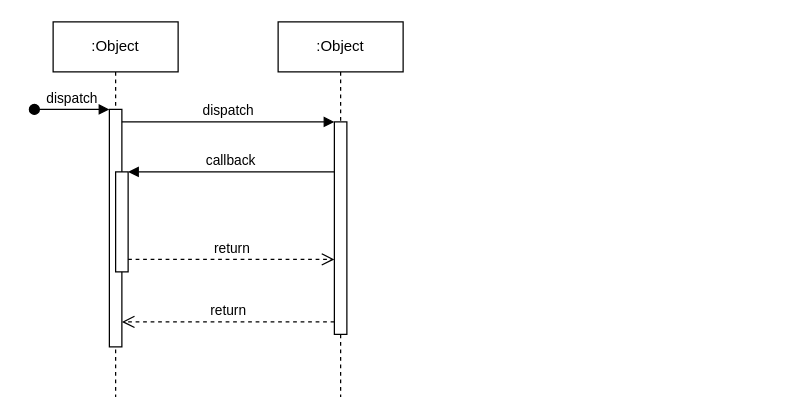
Above: sequence diagram pengisian kuisioner (pretest/posttest).drawio in zzarr/Tugas-Akhir (draw.io), before the change. Source tidied: cells renumbered, new cells numbered last; positions are measured from the earlier drawing's top-left corner, leaving out a move shared by most shapes. Both pictures are drawn from the tidied source at 125%, with x=0, y=0 at pixel (34, 21).
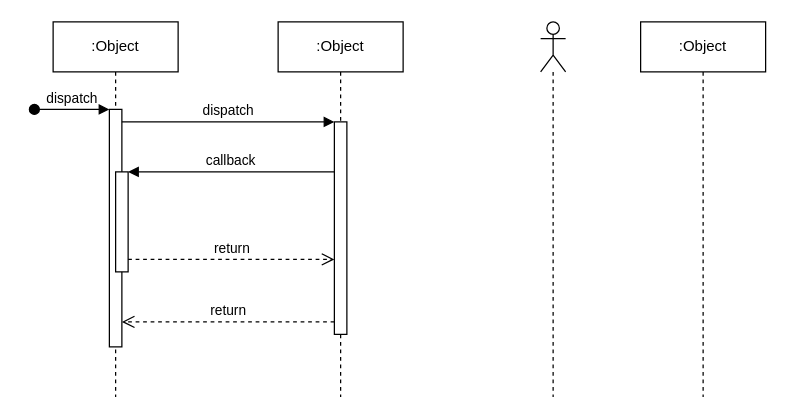
Above is the later version.

Diff of the diagram source:
```diff
@@
 <mxGraphModel>
   <root>
     <mxCell id="0" />
     <mxCell id="1" parent="0" />
     <mxCell id="2" value=":Object" style="shape=umlLifeline;perimeter=lifelinePerimeter;whiteSpace=wrap;html=1;newEdgeStyle={&quot;edgeStyle&quot;:&quot;elbowEdgeStyle&quot;,&quot;elbow&quot;:&quot;vertical&quot;,&quot;curved&quot;:0,&quot;rounded&quot;:0};" parent="1" vertex="1">
       <mxGeometry x="15" width="100" height="300" as="geometry" />
     </mxCell>
     <mxCell id="3" style="html=1;points=[];perimeter=orthogonalPerimeter;outlineConnect=0;targetShapes=umlLifeline;portConstraint=eastwest;newEdgeStyle={&quot;edgeStyle&quot;:&quot;elbowEdgeStyle&quot;,&quot;elbow&quot;:&quot;vertical&quot;,&quot;curved&quot;:0,&quot;rounded&quot;:0};" parent="2" vertex="1">
       <mxGeometry x="45" y="70" width="10" height="190" as="geometry" />
     </mxCell>
     <mxCell id="4" value="dispatch" style="html=1;verticalAlign=bottom;startArrow=oval;endArrow=block;startSize=8;edgeStyle=elbowEdgeStyle;elbow=vertical;curved=0;rounded=0;" parent="2" edge="1" target="3">
       <mxGeometry relative="1" as="geometry">
         <mxPoint x="-15" y="70" as="sourcePoint" />
       </mxGeometry>
     </mxCell>
     <mxCell id="5" style="html=1;points=[];perimeter=orthogonalPerimeter;outlineConnect=0;targetShapes=umlLifeline;portConstraint=eastwest;newEdgeStyle={&quot;edgeStyle&quot;:&quot;elbowEdgeStyle&quot;,&quot;elbow&quot;:&quot;vertical&quot;,&quot;curved&quot;:0,&quot;rounded&quot;:0};" parent="2" vertex="1">
       <mxGeometry x="50" y="120" width="10" height="80" as="geometry" />
     </mxCell>
     <mxCell id="6" value=":Object" style="shape=umlLifeline;perimeter=lifelinePerimeter;whiteSpace=wrap;html=1;newEdgeStyle={&quot;edgeStyle&quot;:&quot;elbowEdgeStyle&quot;,&quot;elbow&quot;:&quot;vertical&quot;,&quot;curved&quot;:0,&quot;rounded&quot;:0};" parent="1" vertex="1">
       <mxGeometry x="195" width="100" height="300" as="geometry" />
     </mxCell>
     <mxCell id="7" style="html=1;points=[];perimeter=orthogonalPerimeter;outlineConnect=0;targetShapes=umlLifeline;portConstraint=eastwest;newEdgeStyle={&quot;edgeStyle&quot;:&quot;elbowEdgeStyle&quot;,&quot;elbow&quot;:&quot;vertical&quot;,&quot;curved&quot;:0,&quot;rounded&quot;:0};" parent="6" vertex="1">
       <mxGeometry x="45" y="80" width="10" height="170" as="geometry" />
     </mxCell>
     <mxCell id="8" value="dispatch" style="html=1;verticalAlign=bottom;endArrow=block;edgeStyle=elbowEdgeStyle;elbow=vertical;curved=0;rounded=0;" parent="1" edge="1" source="3" target="7">
       <mxGeometry relative="1" as="geometry">
         <Array as="points">
           <mxPoint x="155" y="80" />
         </Array>
       </mxGeometry>
     </mxCell>
     <mxCell id="9" value="return" style="html=1;verticalAlign=bottom;endArrow=open;dashed=1;endSize=8;edgeStyle=elbowEdgeStyle;elbow=vertical;curved=0;rounded=0;" parent="1" edge="1" source="7" target="3">
       <mxGeometry relative="1" as="geometry">
         <Array as="points">
           <mxPoint x="165" y="240" />
         </Array>
       </mxGeometry>
     </mxCell>
     <mxCell id="10" value="callback" style="html=1;verticalAlign=bottom;endArrow=block;edgeStyle=elbowEdgeStyle;elbow=vertical;curved=0;rounded=0;" parent="1" edge="1" source="7" target="5">
       <mxGeometry relative="1" as="geometry">
         <Array as="points">
           <mxPoint x="165" y="120" />
         </Array>
       </mxGeometry>
     </mxCell>
     <mxCell id="11" value="return" style="html=1;verticalAlign=bottom;endArrow=open;dashed=1;endSize=8;edgeStyle=elbowEdgeStyle;elbow=vertical;curved=0;rounded=0;" parent="1" edge="1" source="5" target="7">
       <mxGeometry relative="1" as="geometry">
         <Array as="points">
           <mxPoint x="155" y="190" />
         </Array>
       </mxGeometry>
     </mxCell>
+    <mxCell id="12" style="shape=umlLifeline;perimeter=lifelinePerimeter;whiteSpace=wrap;html=1;newEdgeStyle={&quot;curved&quot;:0,&quot;rounded&quot;:0};participant=umlActor;" parent="1" vertex="1">
+      <mxGeometry x="405" width="20" height="300" as="geometry" />
+    </mxCell>
+    <mxCell id="13" value=":Object" style="shape=umlLifeline;perimeter=lifelinePerimeter;whiteSpace=wrap;html=1;newEdgeStyle={&quot;curved&quot;:0,&quot;rounded&quot;:0};" parent="1" vertex="1">
+      <mxGeometry x="485" width="100" height="300" as="geometry" />
+    </mxCell>
   </root>
 </mxGraphModel>
```
